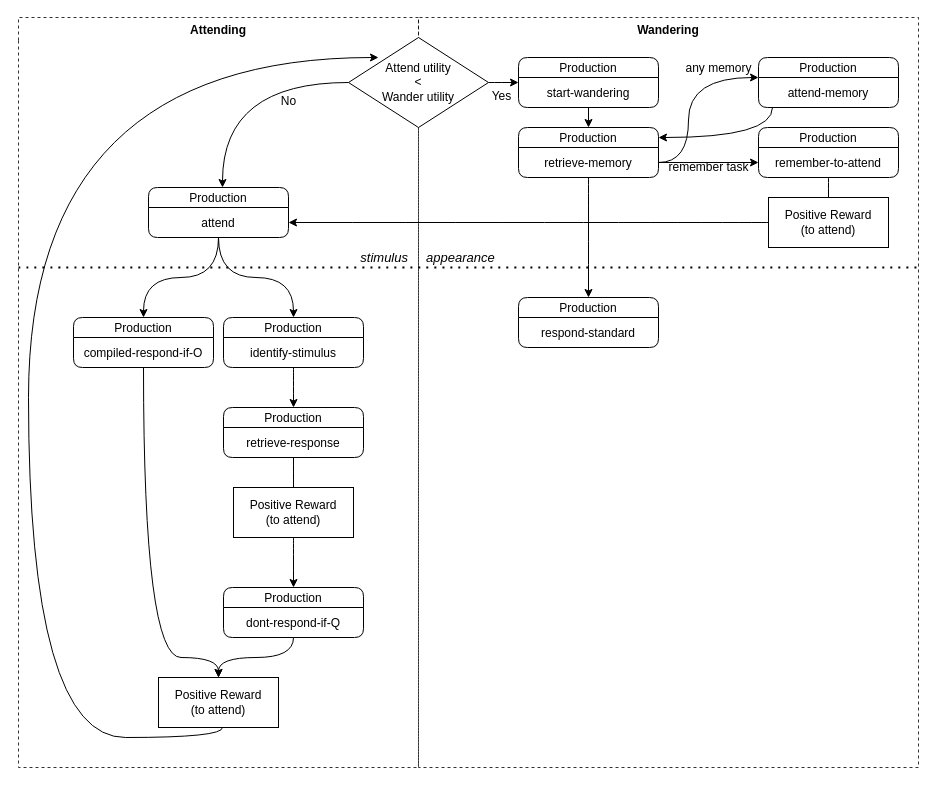
Above: AfterPC.drawio in joshbruegger/CognitiveModellingPractical2022 (draw.io), before the change. Source tidied: cells renumbered, new cells numbered last; positions are measured from the earlier drawing's top-left corner, leaving out a move shared by most shapes. Both pictures are drawn from the tidied source at 100%, with x=0, y=0 at pixel (18, 17).
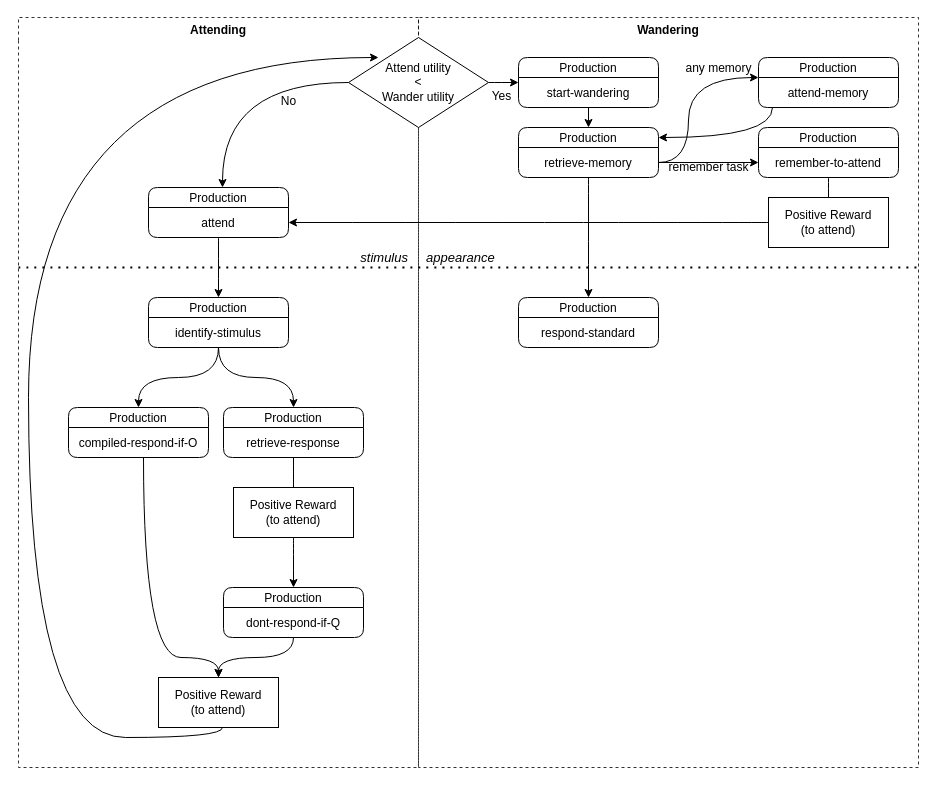
After the change.

The change refers to these unchanged cells:
```xml
<mxCell id="6" value="Attending" style="swimlane;fontSize=12;strokeColor=default;gradientColor=none;swimlaneFillColor=none;dashed=1;opacity=80;fillColor=none;swimlaneLine=0;" parent="1" vertex="1">
  <mxGeometry width="400" height="750" as="geometry" />
</mxCell>
<mxCell id="23" value="Production" style="swimlane;fontStyle=0;horizontal=1;startSize=20;rounded=1;shadow=0;glass=0;fillColor=none;" parent="6" vertex="1">
  <mxGeometry x="130" y="170" width="140" height="50" as="geometry" />
</mxCell>
```

The edit, as a diff of the source:
```diff
@@
+    <mxCell id="22" style="edgeStyle=orthogonalEdgeStyle;html=1;curved=1;" parent="6" edge="1" source="7" target="11">
+      <mxGeometry relative="1" as="geometry" />
+    </mxCell>
     <mxCell id="7" value="Production" style="swimlane;fontStyle=0;horizontal=1;startSize=20;rounded=1;shadow=0;glass=0;fillColor=none;" parent="6" vertex="1">
-      <mxGeometry x="205" y="300" width="140" height="50" as="geometry" />
+      <mxGeometry x="130" y="280" width="140" height="50" as="geometry" />
     </mxCell>
@@
     <mxCell id="11" value="Production" style="swimlane;fontStyle=0;horizontal=1;startSize=20;rounded=1;shadow=0;glass=0;swimlaneFillColor=none;fillColor=none;" parent="6" vertex="1">
-      <mxGeometry x="55" y="300" width="140" height="50" as="geometry" />
+      <mxGeometry x="50" y="390" width="140" height="50" as="geometry" />
     </mxCell>
@@
-    <mxCell id="22" style="edgeStyle=orthogonalEdgeStyle;html=1;curved=1;" parent="6" edge="1" source="23" target="11">
-      <mxGeometry relative="1" as="geometry" />
-    </mxCell>
```
